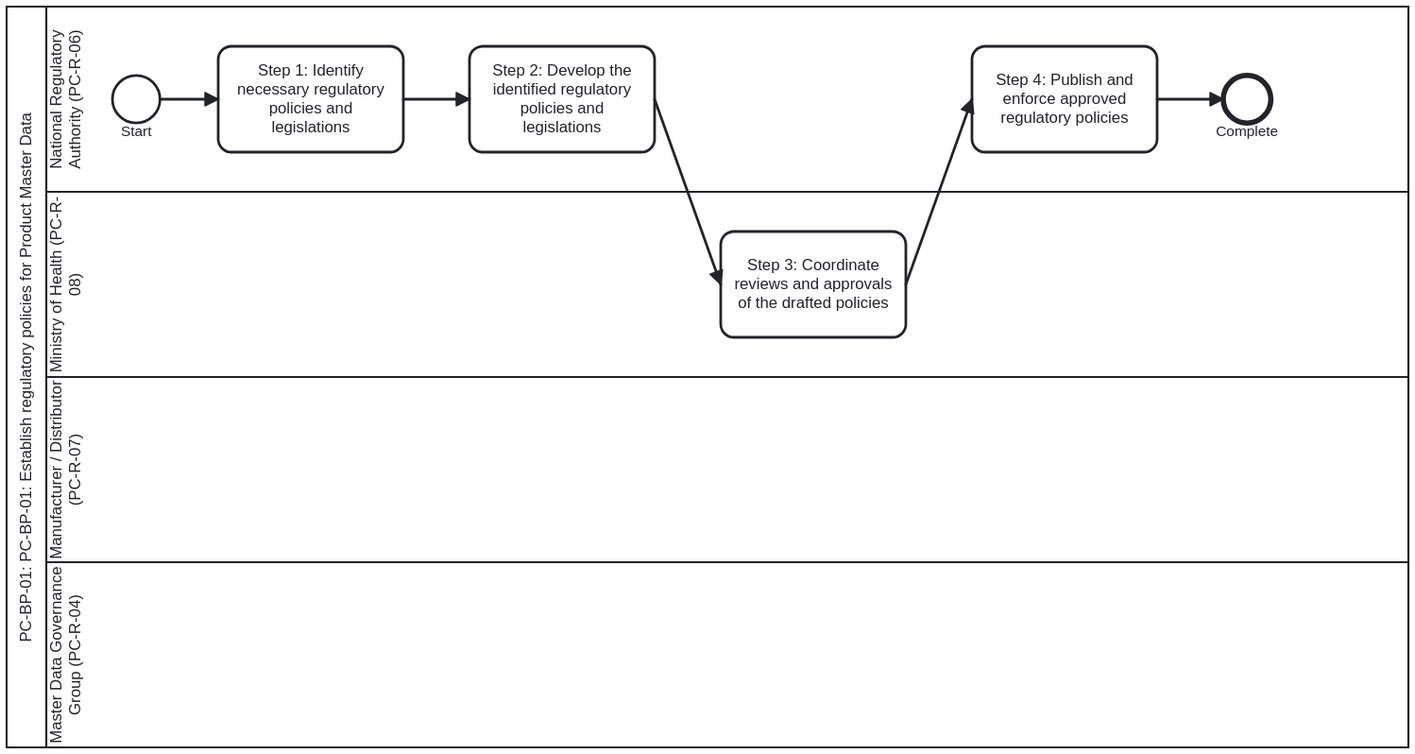
Before: folio/dth-pc/media/bp-pc-bp-01.svg, a diagram exported from BPMN (litlfred/dth-pc). Its source is kept beside it as folio/dth-pc/ch01-regulatory-policies/bp-pc-bp-01.bpmn. Ids are renumbered. Source of this version:
```xml
<bpmn:definitions xmlns:bpmn="http://www.omg.org/spec/BPMN/20100524/MODEL"
                  xmlns:bpmndi="http://www.omg.org/spec/BPMN/20100524/DI"
                  xmlns:dc="http://www.omg.org/spec/DD/20100524/DC"
                  xmlns:di="http://www.omg.org/spec/DD/20100524/DI"
                  id="Definitions_PC_BP_01"
                  targetNamespace="https://litlfred.github.io/dth-pc/bpmn">
  <bpmn:collaboration id="Collaboration_PC_BP_01">
    <bpmn:participant id="Participant_PC_BP_01" name="PC-BP-01: PC-BP-01: Establish regulatory policies for Product Master Data" processRef="Process_PC_BP_01" />
  </bpmn:collaboration>
  <bpmn:process id="Process_PC_BP_01" name="PC-BP-01: Establish regulatory policies for Product Master Data" isExecutable="false">
    <bpmn:documentation>PC-BP-01: PC-BP-01: Establish regulatory policies for Product Master Data (Source: who-iris/library/9789240116191-eng, page-021, page-022, page-023).</bpmn:documentation>
    <bpmn:laneSet id="LaneSet_PC_BP_01">
      <bpmn:lane id="Lane_1" name="National Regulatory Authority (PC-R-06)">
        <bpmn:documentation>Lead regulatory organization (p.21-23)</bpmn:documentation>
        <bpmn:flowNodeRef>StartEvent_1</bpmn:flowNodeRef>
        <bpmn:flowNodeRef>Task_1</bpmn:flowNodeRef>
        <bpmn:flowNodeRef>Task_2</bpmn:flowNodeRef>
        <bpmn:flowNodeRef>Task_4</bpmn:flowNodeRef>
        <bpmn:flowNodeRef>EndEvent_1</bpmn:flowNodeRef>
      </bpmn:lane>
      <bpmn:lane id="Lane_2" name="Ministry of Health (PC-R-08)">
        <bpmn:documentation>Collaborating health authority and policy stakeholder (p.21-22)</bpmn:documentation>
        <bpmn:flowNodeRef>Task_3</bpmn:flowNodeRef>
      </bpmn:lane>
      <bpmn:lane id="Lane_3" name="Manufacturer / Distributor (PC-R-07)">
        <bpmn:documentation>Source of truth for Product Master Data; consulted on phased roll-out (p.21-23)</bpmn:documentation>
      </bpmn:lane>
      <bpmn:lane id="Lane_4" name="Master Data Governance Group (PC-R-04)">
        <bpmn:documentation>Multi-stakeholder governance body supporting policy review and compliance (p.22-23)</bpmn:documentation>
      </bpmn:lane>
    </bpmn:laneSet>
    <bpmn:startEvent id="StartEvent_1" name="Start">
      <bpmn:outgoing>Flow_0</bpmn:outgoing>
    </bpmn:startEvent>
    <bpmn:task id="Task_1" name="Step 1: Identify necessary regulatory policies and legislations">
      <bpmn:documentation>Ch 1 Step 1 (p.21): Analyse current regulations for Product Master Data standardization and sharing; identify required additional policies and updates.</bpmn:documentation>
      <bpmn:incoming>Flow_0</bpmn:incoming>
      <bpmn:outgoing>Flow_1</bpmn:outgoing>
    </bpmn:task>
    <bpmn:task id="Task_2" name="Step 2: Develop the identified regulatory policies and legislations">
      <bpmn:documentation>Ch 1 Step 2 (p.22): Develop master data guidelines and product identification/labelling policies consistent with data standardization and AIDC; outline phased roll-out timelines.</bpmn:documentation>
      <bpmn:incoming>Flow_1</bpmn:incoming>
      <bpmn:outgoing>Flow_2</bpmn:outgoing>
    </bpmn:task>
    <bpmn:task id="Task_3" name="Step 3: Coordinate reviews and approvals of the drafted policies">
      <bpmn:documentation>Ch 1 Step 3 (p.22): Evaluate newly developed and revised policies led by NRA in collaboration with MoH, warehouses, procurement entities, manufacturers/distributors, and governance stakeholders; incorporate feedback and obtain approvals.</bpmn:documentation>
      <bpmn:incoming>Flow_2</bpmn:incoming>
      <bpmn:outgoing>Flow_3</bpmn:outgoing>
    </bpmn:task>
    <bpmn:task id="Task_4" name="Step 4: Publish and enforce approved regulatory policies">
      <bpmn:documentation>Ch 1 Step 4 (p.23): Publish approved policy document and define mechanisms to institutionalize and monitor compliance by manufacturers and distributors.</bpmn:documentation>
      <bpmn:incoming>Flow_3</bpmn:incoming>
      <bpmn:outgoing>Flow_4</bpmn:outgoing>
    </bpmn:task>
    <bpmn:endEvent id="EndEvent_1" name="Complete">
      <bpmn:incoming>Flow_4</bpmn:incoming>
    </bpmn:endEvent>
    <bpmn:dataObject id="DataObject_1" name="Existing regulatory policies and legislations (Input, p.21)" />
    <bpmn:dataObjectReference id="DataObjectRef_1" name="Existing regulatory policies and legislations (Input, p.21)" dataObjectRef="DataObject_1" />
    <bpmn:dataObject id="DataObject_2" name="List of additional regulatory policies and modifications required (Output Step 1 / Input Step 2, p.21-22)" />
    <bpmn:dataObjectReference id="DataObjectRef_2" name="List of additional regulatory policies and modifications required (Output Step 1 / Input Step 2, p.21-22)" dataObjectRef="DataObject_2" />
    <bpmn:dataObject id="DataObject_3" name="Master data related policies and legislations draft (Output Step 2 / Input Step 3, p.22)" />
    <bpmn:dataObjectReference id="DataObjectRef_3" name="Master data related policies and legislations draft (Output Step 2 / Input Step 3, p.22)" dataObjectRef="DataObject_3" />
    <bpmn:dataObject id="DataObject_4" name="Approved and endorsed master data policies and legislations (Output Step 3-4, p.22-23)" />
    <bpmn:dataObjectReference id="DataObjectRef_4" name="Approved and endorsed master data policies and legislations (Output Step 3-4, p.22-23)" dataObjectRef="DataObject_4" />
    <bpmn:sequenceFlow id="Flow_0" sourceRef="StartEvent_1" targetRef="Task_1" />
    <bpmn:sequenceFlow id="Flow_1" sourceRef="Task_1" targetRef="Task_2" />
    <bpmn:sequenceFlow id="Flow_2" sourceRef="Task_2" targetRef="Task_3" />
    <bpmn:sequenceFlow id="Flow_3" sourceRef="Task_3" targetRef="Task_4" />
    <bpmn:sequenceFlow id="Flow_4" sourceRef="Task_4" targetRef="EndEvent_1" />
  </bpmn:process>
  <bpmndi:BPMNDiagram id="BPMNDiagram_PC_BP_01">
    <bpmndi:BPMNPlane id="BPMNPlane_PC_BP_01" bpmnElement="Collaboration_PC_BP_01">
      <bpmndi:BPMNShape id="Participant_PC_BP_01_di" bpmnElement="Participant_PC_BP_01" isHorizontal="true">
        <dc:Bounds x="100" y="60" width="1060" height="560" />
      </bpmndi:BPMNShape>
      <bpmndi:BPMNShape id="Lane_1_di" bpmnElement="Lane_1" isHorizontal="true">
        <dc:Bounds x="130" y="60" width="1030" height="140" />
      </bpmndi:BPMNShape>
      <bpmndi:BPMNShape id="Lane_2_di" bpmnElement="Lane_2" isHorizontal="true">
        <dc:Bounds x="130" y="200" width="1030" height="140" />
      </bpmndi:BPMNShape>
      <bpmndi:BPMNShape id="Lane_3_di" bpmnElement="Lane_3" isHorizontal="true">
        <dc:Bounds x="130" y="340" width="1030" height="140" />
      </bpmndi:BPMNShape>
      <bpmndi:BPMNShape id="Lane_4_di" bpmnElement="Lane_4" isHorizontal="true">
        <dc:Bounds x="130" y="480" width="1030" height="140" />
      </bpmndi:BPMNShape>
      <bpmndi:BPMNShape id="StartEvent_1_di" bpmnElement="StartEvent_1">
        <dc:Bounds x="180" y="112" width="36" height="36" />
      </bpmndi:BPMNShape>
      <bpmndi:BPMNShape id="Task_1_di" bpmnElement="Task_1">
        <dc:Bounds x="260" y="90" width="140" height="80" />
      </bpmndi:BPMNShape>
      <bpmndi:BPMNShape id="Task_2_di" bpmnElement="Task_2">
        <dc:Bounds x="450" y="90" width="140" height="80" />
      </bpmndi:BPMNShape>
      <bpmndi:BPMNShape id="Task_3_di" bpmnElement="Task_3">
        <dc:Bounds x="640" y="230" width="140" height="80" />
      </bpmndi:BPMNShape>
      <bpmndi:BPMNShape id="Task_4_di" bpmnElement="Task_4">
        <dc:Bounds x="830" y="90" width="140" height="80" />
      </bpmndi:BPMNShape>
      <bpmndi:BPMNShape id="EndEvent_1_di" bpmnElement="EndEvent_1">
        <dc:Bounds x="1020" y="112" width="36" height="36" />
      </bpmndi:BPMNShape>
      <bpmndi:BPMNEdge id="Flow_0_di" bpmnElement="Flow_0">
        <di:waypoint x="216" y="130" />
        <di:waypoint x="260" y="130" />
      </bpmndi:BPMNEdge>
      <bpmndi:BPMNEdge id="Flow_1_di" bpmnElement="Flow_1">
        <di:waypoint x="400" y="130" />
        <di:waypoint x="450" y="130" />
      </bpmndi:BPMNEdge>
      <bpmndi:BPMNEdge id="Flow_2_di" bpmnElement="Flow_2">
        <di:waypoint x="590" y="130" />
        <di:waypoint x="640" y="270" />
      </bpmndi:BPMNEdge>
      <bpmndi:BPMNEdge id="Flow_3_di" bpmnElement="Flow_3">
        <di:waypoint x="780" y="270" />
        <di:waypoint x="830" y="130" />
      </bpmndi:BPMNEdge>
      <bpmndi:BPMNEdge id="Flow_4_di" bpmnElement="Flow_4">
        <di:waypoint x="970" y="130" />
        <di:waypoint x="1020" y="130" />
      </bpmndi:BPMNEdge>
    </bpmndi:BPMNPlane>
  </bpmndi:BPMNDiagram>
</bpmn:definitions>
```
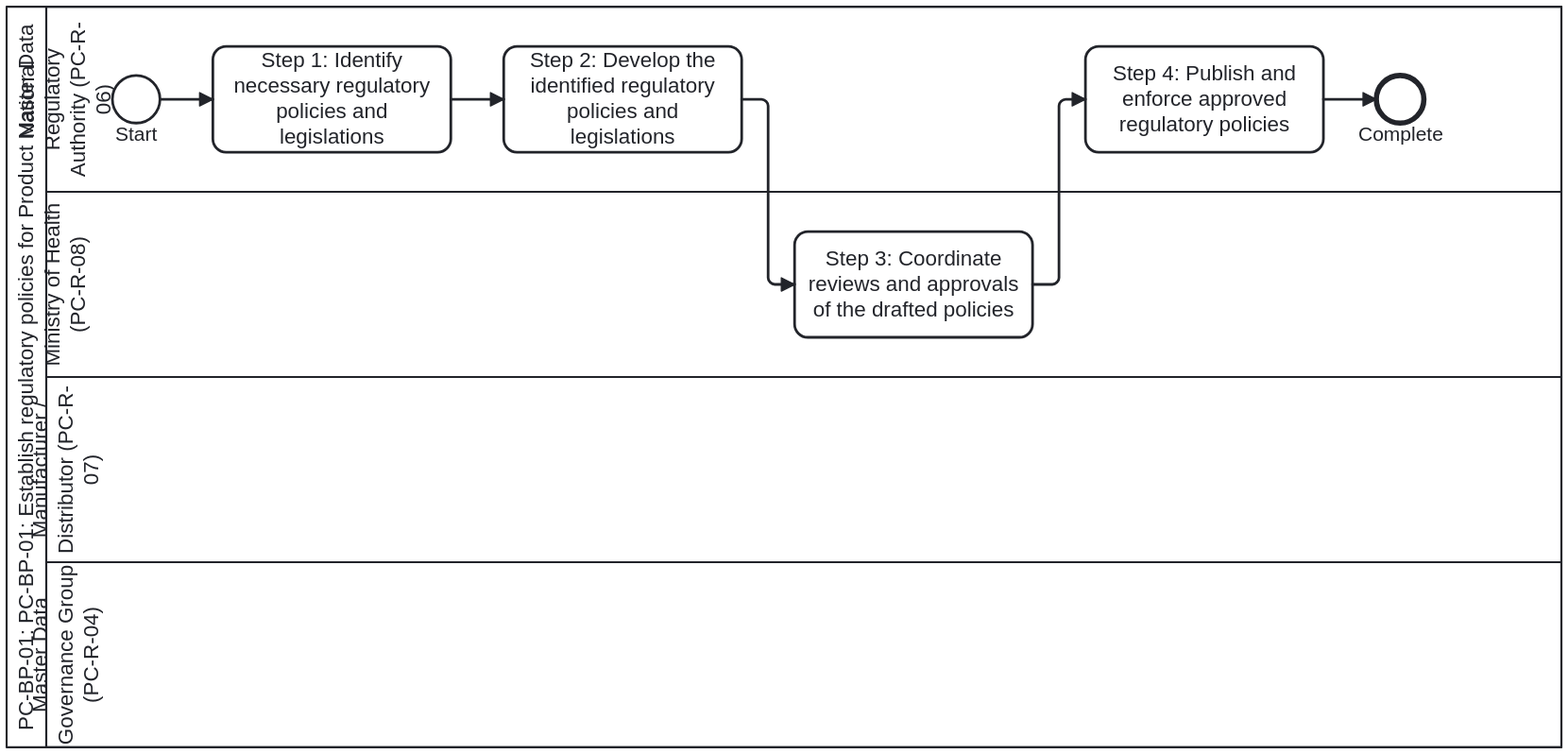
After the change.

What changed in the source:
```diff
@@ -72,57 +72,61 @@
   <bpmndi:BPMNDiagram id="BPMNDiagram_PC_BP_01">
     <bpmndi:BPMNPlane id="BPMNPlane_PC_BP_01" bpmnElement="Collaboration_PC_BP_01">
       <bpmndi:BPMNShape id="Participant_PC_BP_01_di" bpmnElement="Participant_PC_BP_01" isHorizontal="true">
-        <dc:Bounds x="100" y="60" width="1060" height="560" />
+        <dc:Bounds x="100" y="60" width="1176" height="560" />
       </bpmndi:BPMNShape>
       <bpmndi:BPMNShape id="Lane_1_di" bpmnElement="Lane_1" isHorizontal="true">
-        <dc:Bounds x="130" y="60" width="1030" height="140" />
+        <dc:Bounds x="130" y="60" width="1146" height="140" />
       </bpmndi:BPMNShape>
       <bpmndi:BPMNShape id="Lane_2_di" bpmnElement="Lane_2" isHorizontal="true">
-        <dc:Bounds x="130" y="200" width="1030" height="140" />
+        <dc:Bounds x="130" y="200" width="1146" height="140" />
       </bpmndi:BPMNShape>
       <bpmndi:BPMNShape id="Lane_3_di" bpmnElement="Lane_3" isHorizontal="true">
-        <dc:Bounds x="130" y="340" width="1030" height="140" />
+        <dc:Bounds x="130" y="340" width="1146" height="140" />
       </bpmndi:BPMNShape>
       <bpmndi:BPMNShape id="Lane_4_di" bpmnElement="Lane_4" isHorizontal="true">
-        <dc:Bounds x="130" y="480" width="1030" height="140" />
+        <dc:Bounds x="130" y="480" width="1146" height="140" />
       </bpmndi:BPMNShape>
       <bpmndi:BPMNShape id="StartEvent_1_di" bpmnElement="StartEvent_1">
         <dc:Bounds x="180" y="112" width="36" height="36" />
       </bpmndi:BPMNShape>
       <bpmndi:BPMNShape id="Task_1_di" bpmnElement="Task_1">
-        <dc:Bounds x="260" y="90" width="140" height="80" />
+        <dc:Bounds x="256" y="90" width="180" height="80" />
       </bpmndi:BPMNShape>
       <bpmndi:BPMNShape id="Task_2_di" bpmnElement="Task_2">
-        <dc:Bounds x="450" y="90" width="140" height="80" />
+        <dc:Bounds x="476" y="90" width="180" height="80" />
       </bpmndi:BPMNShape>
       <bpmndi:BPMNShape id="Task_3_di" bpmnElement="Task_3">
-        <dc:Bounds x="640" y="230" width="140" height="80" />
+        <dc:Bounds x="696" y="230" width="180" height="80" />
       </bpmndi:BPMNShape>
       <bpmndi:BPMNShape id="Task_4_di" bpmnElement="Task_4">
-        <dc:Bounds x="830" y="90" width="140" height="80" />
+        <dc:Bounds x="916" y="90" width="180" height="80" />
       </bpmndi:BPMNShape>
       <bpmndi:BPMNShape id="EndEvent_1_di" bpmnElement="EndEvent_1">
-        <dc:Bounds x="1020" y="112" width="36" height="36" />
+        <dc:Bounds x="1136" y="112" width="36" height="36" />
       </bpmndi:BPMNShape>
       <bpmndi:BPMNEdge id="Flow_0_di" bpmnElement="Flow_0">
         <di:waypoint x="216" y="130" />
-        <di:waypoint x="260" y="130" />
+        <di:waypoint x="256" y="130" />
       </bpmndi:BPMNEdge>
       <bpmndi:BPMNEdge id="Flow_1_di" bpmnElement="Flow_1">
-        <di:waypoint x="400" y="130" />
-        <di:waypoint x="450" y="130" />
+        <di:waypoint x="436" y="130" />
+        <di:waypoint x="476" y="130" />
       </bpmndi:BPMNEdge>
       <bpmndi:BPMNEdge id="Flow_2_di" bpmnElement="Flow_2">
-        <di:waypoint x="590" y="130" />
-        <di:waypoint x="640" y="270" />
+        <di:waypoint x="656" y="130" />
+        <di:waypoint x="676" y="130" />
+        <di:waypoint x="676" y="270" />
+        <di:waypoint x="696" y="270" />
       </bpmndi:BPMNEdge>
       <bpmndi:BPMNEdge id="Flow_3_di" bpmnElement="Flow_3">
-        <di:waypoint x="780" y="270" />
-        <di:waypoint x="830" y="130" />
+        <di:waypoint x="876" y="270" />
+        <di:waypoint x="896" y="270" />
+        <di:waypoint x="896" y="130" />
+        <di:waypoint x="916" y="130" />
       </bpmndi:BPMNEdge>
       <bpmndi:BPMNEdge id="Flow_4_di" bpmnElement="Flow_4">
-        <di:waypoint x="970" y="130" />
-        <di:waypoint x="1020" y="130" />
+        <di:waypoint x="1096" y="130" />
+        <di:waypoint x="1136" y="130" />
       </bpmndi:BPMNEdge>
     </bpmndi:BPMNPlane>
   </bpmndi:BPMNDiagram>
```
